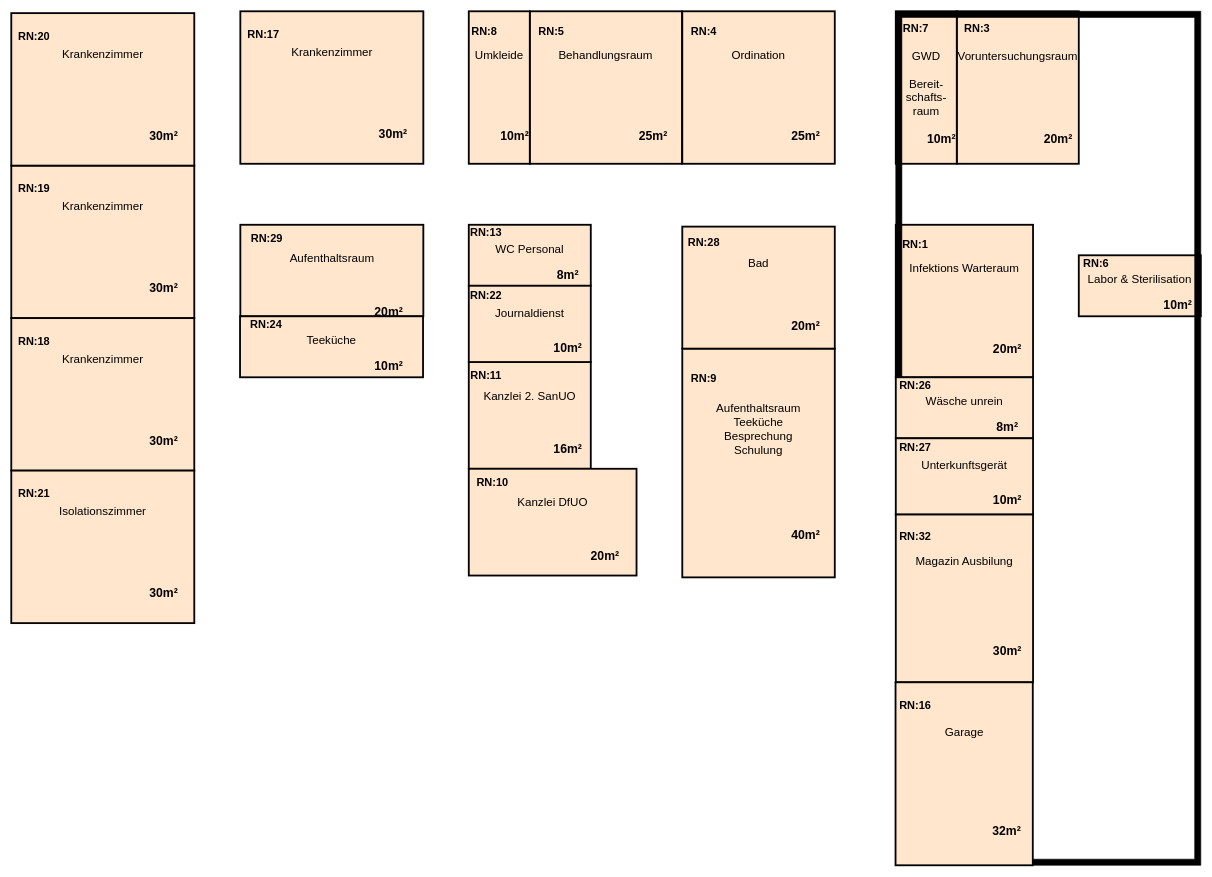
Yeetmoser/asd keeps this draw.io diagram as Unbenanntes Diagramm.drawio. Above is the earlier version. Source tidied: cells renumbered, new cells numbered last; positions are measured from the earlier drawing's top-left corner, leaving out a move shared by most shapes. Both pictures are drawn from the tidied source at 61%, with x=0, y=0 at pixel (11, 11).
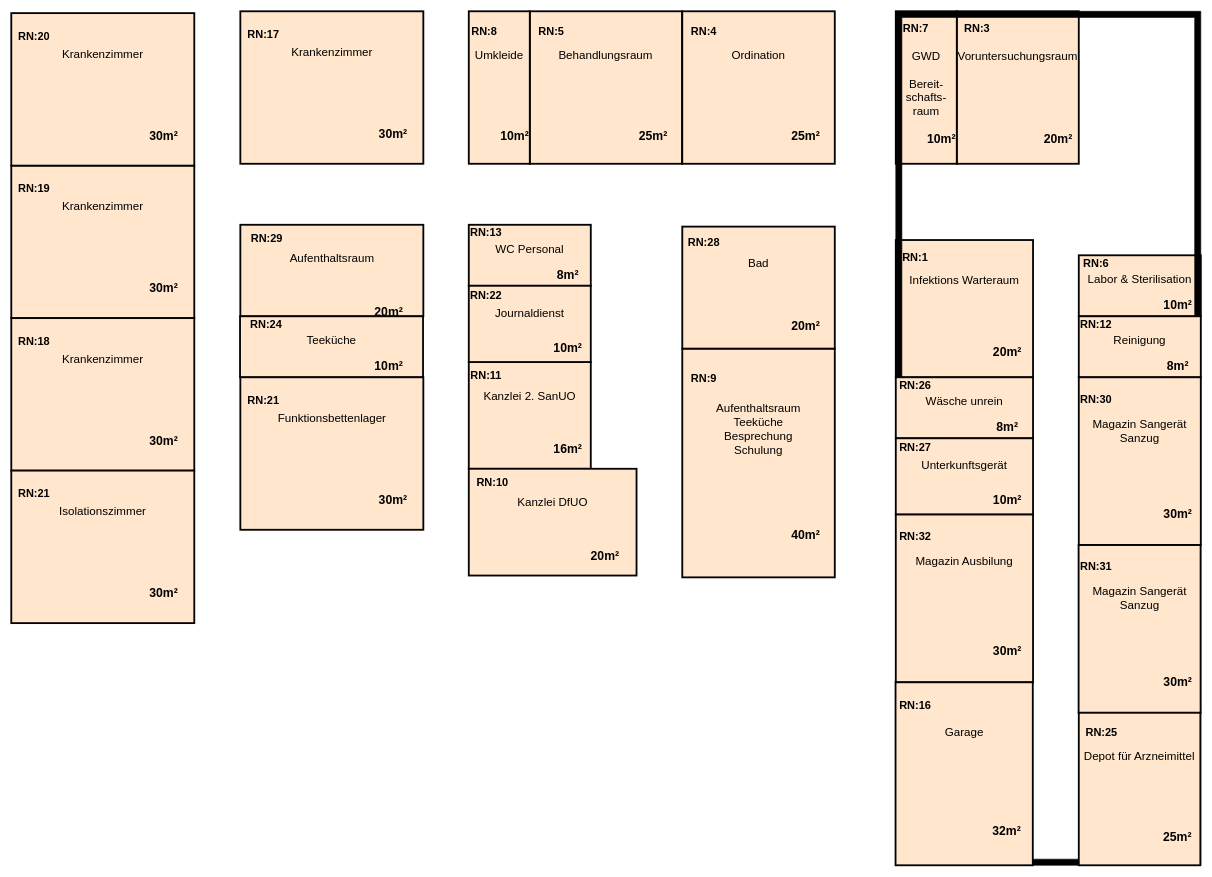
After the change.

Unchanged cells that the change refers to:
```xml
<mxCell id="83" style="group;" parent="1" vertex="1">
  <mxGeometry x="425" y="278" width="450.5" height="600" as="geometry" />
</mxCell>
```

Diff of the diagram source:
```diff
@@
     <mxCell id="12" style="group;" parent="1" vertex="1">
-      <mxGeometry x="1450" y="350" width="225" height="250" as="geometry" />
+      <mxGeometry x="1450" y="375" width="225" height="225" as="geometry" />
     </mxCell>
     <mxCell id="13" style="rounded=0;whiteSpace=wrap;html=1;fillStyle=auto;strokeWidth=3;fillColor=#ffe6cc;strokeColor=#030303;" parent="12" vertex="1">
-      <mxGeometry width="225" height="250" as="geometry" />
+      <mxGeometry width="225" height="225" as="geometry" />
     </mxCell>
     <mxCell id="14" value="Infektions Warteraum" style="text;html=1;strokeColor=none;fillColor=none;align=center;verticalAlign=top;whiteSpace=wrap;rounded=0;fillStyle=auto;strokeWidth=3;fontSize=19;" parent="12" vertex="1">
-      <mxGeometry y="53.8" width="224.6" height="137.5" as="geometry" />
+      <mxGeometry y="48.4" width="224.6" height="123.8" as="geometry" />
     </mxCell>
     <mxCell id="15" value="RN:1" style="text;html=1;strokeColor=none;fillColor=none;align=center;verticalAlign=middle;whiteSpace=wrap;rounded=0;fillStyle=auto;strokeWidth=3;fontSize=18;fontStyle=1;" parent="12" vertex="1">
-      <mxGeometry width="64.1" height="65" as="geometry" />
+      <mxGeometry width="64.1" height="58.5" as="geometry" />
     </mxCell>
     <mxCell id="16" value="20m²" style="text;html=1;strokeColor=none;fillColor=none;align=center;verticalAlign=middle;whiteSpace=wrap;rounded=0;fillStyle=auto;strokeWidth=3;fontSize=20;fontStyle=1;" parent="12" vertex="1">
-      <mxGeometry x="140.6" y="155" width="84" height="95" as="geometry" />
+      <mxGeometry x="140.6" y="139.5" width="84" height="85.5" as="geometry" />
     </mxCell>
@@
+    <mxCell id="123" style="group;" parent="83" vertex="1">
+      <mxGeometry x="-49.5" y="322" width="300" height="250" as="geometry" />
+    </mxCell>
+    <mxCell id="124" style="rounded=0;whiteSpace=wrap;html=1;fillStyle=auto;strokeWidth=3;fillColor=#ffe6cc;strokeColor=#030303;" parent="123" vertex="1">
+      <mxGeometry width="300" height="250" as="geometry" />
+    </mxCell>
+    <mxCell id="125" value="Funktionsbettenlager" style="text;html=1;strokeColor=none;fillColor=none;align=center;verticalAlign=top;whiteSpace=wrap;rounded=0;fillStyle=auto;strokeWidth=3;fontSize=19;" parent="123" vertex="1">
+      <mxGeometry y="50" width="300" height="150" as="geometry" />
+    </mxCell>
+    <mxCell id="126" value="RN:21" style="text;html=1;strokeColor=none;fillColor=none;align=center;verticalAlign=middle;whiteSpace=wrap;rounded=0;fillStyle=auto;strokeWidth=3;fontSize=18;fontStyle=1;" parent="123" vertex="1">
+      <mxGeometry width="75" height="75" as="geometry" />
+    </mxCell>
+    <mxCell id="127" value="30m²" style="text;html=1;strokeColor=none;fillColor=none;align=center;verticalAlign=middle;whiteSpace=wrap;rounded=0;fillStyle=auto;strokeWidth=3;fontSize=20;fontStyle=1;" parent="123" vertex="1">
+      <mxGeometry x="200" y="150" width="100" height="100" as="geometry" />
+    </mxCell>
@@
+    <mxCell id="128" style="group;" parent="1" vertex="1">
+      <mxGeometry x="1750" y="500" width="200" height="100" as="geometry" />
+    </mxCell>
+    <mxCell id="129" style="rounded=0;whiteSpace=wrap;html=1;fillStyle=auto;strokeWidth=3;fillColor=#ffe6cc;strokeColor=#030303;" parent="128" vertex="1">
+      <mxGeometry width="200" height="100" as="geometry" />
+    </mxCell>
+    <mxCell id="130" value="Reinigung" style="text;html=1;strokeColor=none;fillColor=none;align=center;verticalAlign=top;whiteSpace=wrap;rounded=0;fillStyle=auto;strokeWidth=3;fontSize=19;" parent="128" vertex="1">
+      <mxGeometry y="21.5" width="199.7" height="55" as="geometry" />
+    </mxCell>
+    <mxCell id="131" value="RN:12" style="text;html=1;strokeColor=none;fillColor=none;align=center;verticalAlign=middle;whiteSpace=wrap;rounded=0;fillStyle=auto;strokeWidth=3;fontSize=18;fontStyle=1;" parent="128" vertex="1">
+      <mxGeometry width="57" height="26" as="geometry" />
+    </mxCell>
+    <mxCell id="132" value="8m²" style="text;html=1;strokeColor=none;fillColor=none;align=center;verticalAlign=middle;whiteSpace=wrap;rounded=0;fillStyle=auto;strokeWidth=3;fontSize=20;fontStyle=1;" parent="128" vertex="1">
+      <mxGeometry x="125" y="62" width="74.7" height="38" as="geometry" />
+    </mxCell>
+    <mxCell id="133" style="group;" parent="1" vertex="1">
+      <mxGeometry x="1750" y="600" width="200" height="275" as="geometry" />
+    </mxCell>
+    <mxCell id="134" style="rounded=0;whiteSpace=wrap;html=1;fillStyle=auto;strokeWidth=3;fillColor=#ffe6cc;strokeColor=#030303;" parent="133" vertex="1">
+      <mxGeometry width="200" height="275" as="geometry" />
+    </mxCell>
+    <mxCell id="135" value="Magazin Sangerät&lt;br&gt;Sanzug" style="text;html=1;strokeColor=none;fillColor=none;align=center;verticalAlign=top;whiteSpace=wrap;rounded=0;fillStyle=auto;strokeWidth=3;fontSize=19;" parent="133" vertex="1">
+      <mxGeometry y="59.2" width="199.7" height="151.2" as="geometry" />
+    </mxCell>
+    <mxCell id="136" value="RN:30" style="text;html=1;strokeColor=none;fillColor=none;align=center;verticalAlign=middle;whiteSpace=wrap;rounded=0;fillStyle=auto;strokeWidth=3;fontSize=18;fontStyle=1;" parent="133" vertex="1">
+      <mxGeometry width="57" height="71.5" as="geometry" />
+    </mxCell>
+    <mxCell id="137" value="30m²" style="text;html=1;strokeColor=none;fillColor=none;align=center;verticalAlign=middle;whiteSpace=wrap;rounded=0;fillStyle=auto;strokeWidth=3;fontSize=20;fontStyle=1;" parent="133" vertex="1">
+      <mxGeometry x="125" y="170.5" width="74.7" height="104.5" as="geometry" />
+    </mxCell>
+    <mxCell id="138" style="group;" parent="1" vertex="1">
+      <mxGeometry x="1749.7" y="875" width="200" height="275" as="geometry" />
+    </mxCell>
+    <mxCell id="139" style="rounded=0;whiteSpace=wrap;html=1;fillStyle=auto;strokeWidth=3;fillColor=#ffe6cc;strokeColor=#030303;" parent="138" vertex="1">
+      <mxGeometry width="200" height="275" as="geometry" />
+    </mxCell>
+    <mxCell id="140" value="Magazin Sangerät&lt;br&gt;Sanzug" style="text;html=1;strokeColor=none;fillColor=none;align=center;verticalAlign=top;whiteSpace=wrap;rounded=0;fillStyle=auto;strokeWidth=3;fontSize=19;" parent="138" vertex="1">
+      <mxGeometry y="59.2" width="199.7" height="151.2" as="geometry" />
+    </mxCell>
+    <mxCell id="141" value="RN:31" style="text;html=1;strokeColor=none;fillColor=none;align=center;verticalAlign=middle;whiteSpace=wrap;rounded=0;fillStyle=auto;strokeWidth=3;fontSize=18;fontStyle=1;" parent="138" vertex="1">
+      <mxGeometry width="57" height="71.5" as="geometry" />
+    </mxCell>
+    <mxCell id="142" value="30m²" style="text;html=1;strokeColor=none;fillColor=none;align=center;verticalAlign=middle;whiteSpace=wrap;rounded=0;fillStyle=auto;strokeWidth=3;fontSize=20;fontStyle=1;" parent="138" vertex="1">
+      <mxGeometry x="125" y="170.5" width="74.7" height="104.5" as="geometry" />
+    </mxCell>
+    <mxCell id="143" style="group;" parent="1" vertex="1">
+      <mxGeometry x="1750" y="1150" width="199.3" height="250" as="geometry" />
+    </mxCell>
+    <mxCell id="144" style="rounded=0;whiteSpace=wrap;html=1;fillStyle=auto;strokeWidth=3;fillColor=#ffe6cc;strokeColor=#030303;" parent="143" vertex="1">
+      <mxGeometry width="199.3" height="250" as="geometry" />
+    </mxCell>
+    <mxCell id="145" value="Depot für Arzneimittel" style="text;html=1;strokeColor=none;fillColor=none;align=center;verticalAlign=top;whiteSpace=wrap;rounded=0;fillStyle=auto;strokeWidth=3;fontSize=19;" parent="143" vertex="1">
+      <mxGeometry y="53.8" width="199" height="137.5" as="geometry" />
+    </mxCell>
+    <mxCell id="146" value="RN:25" style="text;html=1;strokeColor=none;fillColor=none;align=center;verticalAlign=middle;whiteSpace=wrap;rounded=0;fillStyle=auto;strokeWidth=3;fontSize=18;fontStyle=1;" parent="143" vertex="1">
+      <mxGeometry width="75" height="65" as="geometry" />
+    </mxCell>
+    <mxCell id="147" value="25m²" style="text;html=1;strokeColor=none;fillColor=none;align=center;verticalAlign=middle;whiteSpace=wrap;rounded=0;fillStyle=auto;strokeWidth=3;fontSize=20;fontStyle=1;" parent="143" vertex="1">
+      <mxGeometry x="124.6" y="155" width="74.4" height="95" as="geometry" />
+    </mxCell>
```
